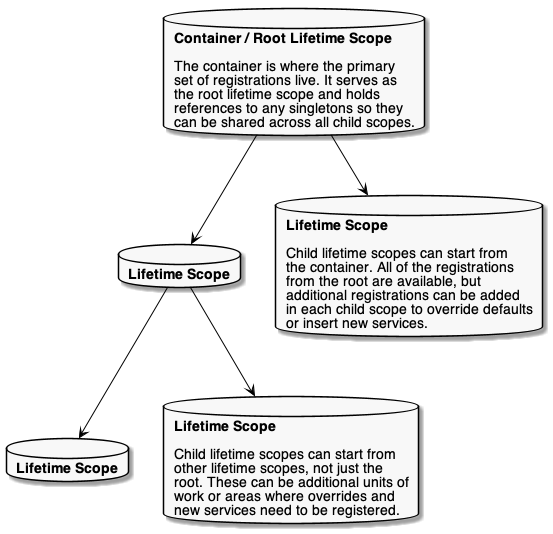
Earlier version of the PlantUML export docs/lifetime/lifetime-scope-tree.png (autofac/Documentation).
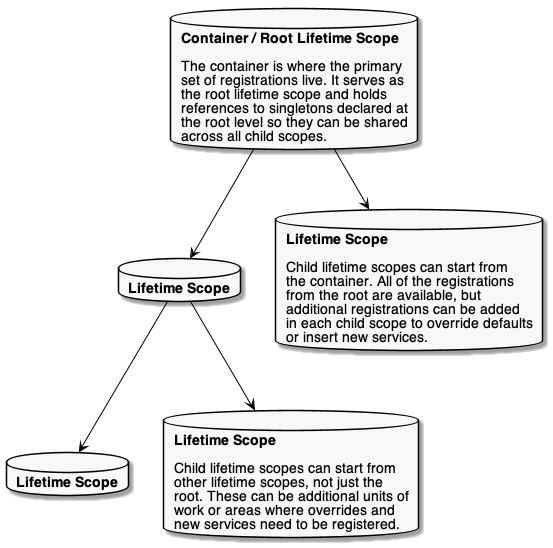
Above is the later version.

Commit message:
Better description of singletons in root scope.

What changed in the source:
```diff
@@ -82,8 +82,9 @@
   The container is where the primary
   set of registrations live. It serves as
   the root lifetime scope and holds
-  references to any singletons so they
-  can be shared across all child scopes.
+  references to singletons declared at
+  the root level so they can be shared
+  across all child scopes.
 ]
 
 database child1 [
```
